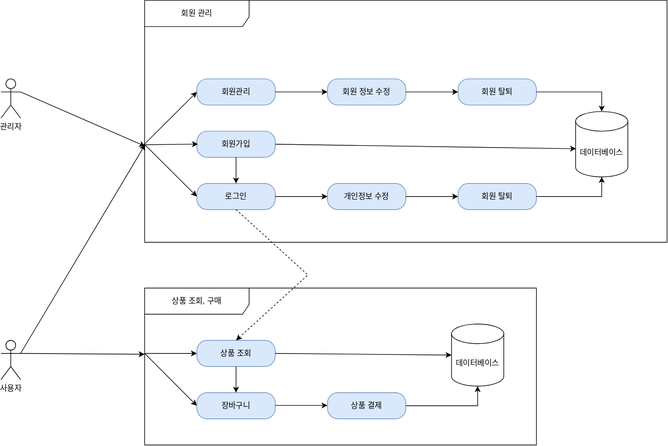
changyeonPark/ModernifSpring keeps this draw.io diagram as modernif_usecase.svg. Above is the earlier version. Source tidied: cells renumbered, new cells last; positions are measured from the earlier drawing's top-left corner, leaving out a move shared by most shapes.
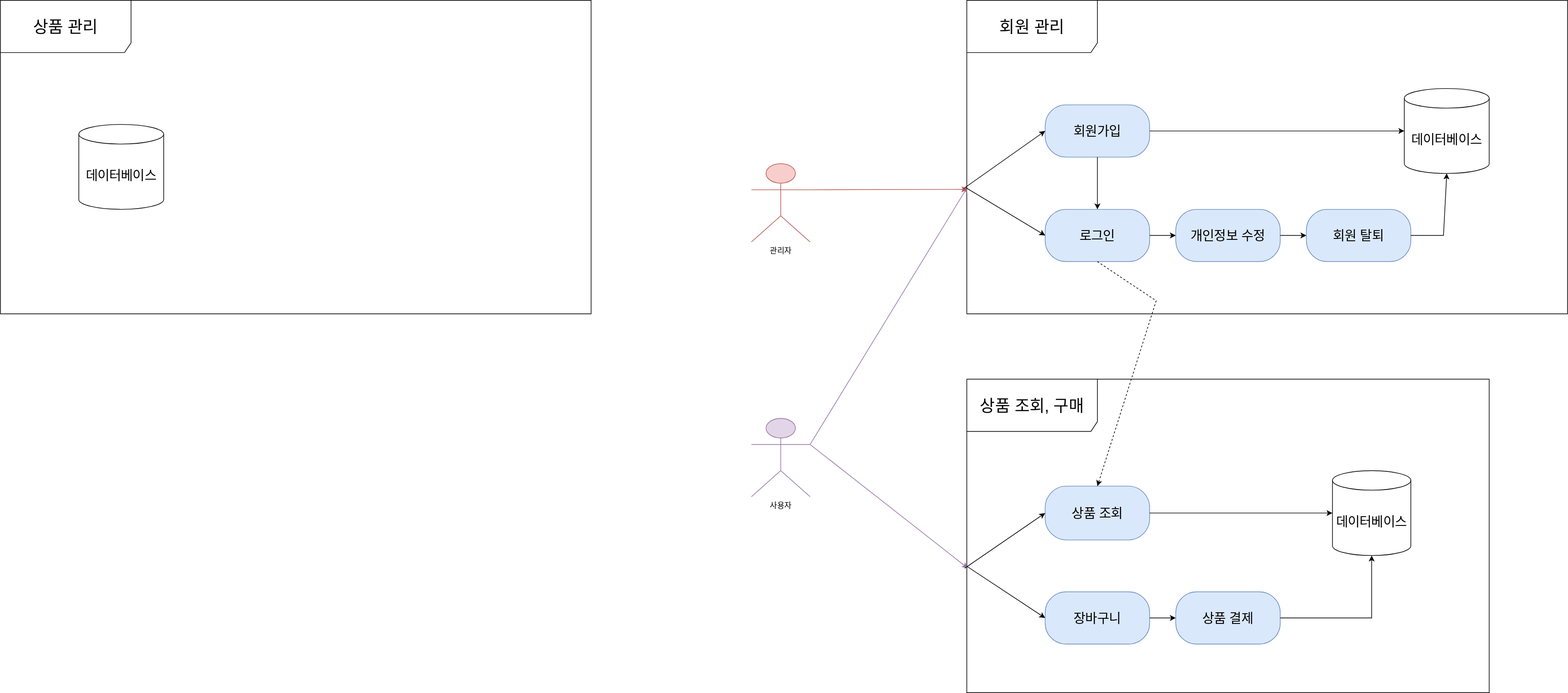
Later version of the same file.

Diff of the diagram source:
```diff
@@ -2,141 +2,110 @@
   <root>
     <mxCell id="0" />
     <mxCell id="1" parent="0" />
-    <mxCell id="2" value="사용자" style="shape=umlActor;verticalLabelPosition=bottom;verticalAlign=top;html=1;" parent="1" vertex="1">
-      <mxGeometry y="520" width="30" height="60" as="geometry" />
+    <mxCell id="2" value="사용자" style="shape=umlActor;verticalLabelPosition=bottom;verticalAlign=top;html=1;fillColor=#e1d5e7;strokeColor=#9673a6;" parent="1" vertex="1">
+      <mxGeometry x="-110" y="640" width="90" height="120" as="geometry" />
     </mxCell>
-    <mxCell id="3" value="회원 관리" style="shape=umlFrame;whiteSpace=wrap;html=1;width=160;height=40;" parent="1" vertex="1">
-      <mxGeometry x="220" width="800" height="370" as="geometry" />
+    <mxCell id="3" value="&lt;font style=&quot;font-size: 25px;&quot;&gt;회원 관리&lt;/font&gt;" style="shape=umlFrame;whiteSpace=wrap;html=1;width=200;height=80;" parent="1" vertex="1">
+      <mxGeometry x="220" width="920" height="480" as="geometry" />
     </mxCell>
-    <mxCell id="4" value="회원가입" style="rounded=1;whiteSpace=wrap;html=1;arcSize=40;fillColor=#dae8fc;strokeColor=#6c8ebf;" parent="1" vertex="1">
-      <mxGeometry x="300" y="200" width="120" height="40" as="geometry" />
+    <mxCell id="4" value="&lt;font style=&quot;font-size: 20px;&quot;&gt;회원가입&lt;/font&gt;" style="rounded=1;whiteSpace=wrap;html=1;arcSize=40;fillColor=#dae8fc;strokeColor=#6c8ebf;" parent="1" vertex="1">
+      <mxGeometry x="340" y="160" width="160" height="80" as="geometry" />
     </mxCell>
-    <mxCell id="5" value="로그인" style="rounded=1;whiteSpace=wrap;html=1;arcSize=40;fillColor=#dae8fc;strokeColor=#6c8ebf;" parent="1" vertex="1">
-      <mxGeometry x="300" y="280" width="120" height="40" as="geometry" />
+    <mxCell id="5" value="로그인" style="rounded=1;whiteSpace=wrap;html=1;arcSize=40;fillColor=#dae8fc;strokeColor=#6c8ebf;fontSize=20;" parent="1" vertex="1">
+      <mxGeometry x="340" y="320" width="160" height="80" as="geometry" />
     </mxCell>
-    <mxCell id="6" value="개인정보 수정" style="rounded=1;whiteSpace=wrap;html=1;arcSize=40;fillColor=#dae8fc;strokeColor=#6c8ebf;" parent="1" vertex="1">
-      <mxGeometry x="500" y="280" width="120" height="40" as="geometry" />
+    <mxCell id="6" value="개인정보 수정" style="rounded=1;whiteSpace=wrap;html=1;arcSize=40;fillColor=#dae8fc;strokeColor=#6c8ebf;fontSize=20;" parent="1" vertex="1">
+      <mxGeometry x="540" y="320" width="160" height="80" as="geometry" />
     </mxCell>
-    <mxCell id="7" value="회원 탈퇴" style="rounded=1;whiteSpace=wrap;html=1;arcSize=40;fillColor=#dae8fc;strokeColor=#6c8ebf;" parent="1" vertex="1">
-      <mxGeometry x="700" y="280" width="120" height="40" as="geometry" />
+    <mxCell id="7" value="회원 탈퇴" style="rounded=1;whiteSpace=wrap;html=1;arcSize=40;fillColor=#dae8fc;strokeColor=#6c8ebf;fontSize=20;" parent="1" vertex="1">
+      <mxGeometry x="740" y="320" width="160" height="80" as="geometry" />
     </mxCell>
-    <mxCell id="8" value="상품 조회" style="rounded=1;whiteSpace=wrap;html=1;arcSize=40;fillColor=#dae8fc;strokeColor=#6c8ebf;" parent="1" vertex="1">
-      <mxGeometry x="300" y="520" width="120" height="40" as="geometry" />
+    <mxCell id="8" value="상품 조회" style="rounded=1;whiteSpace=wrap;html=1;arcSize=40;fillColor=#dae8fc;strokeColor=#6c8ebf;fontSize=20;" parent="1" vertex="1">
+      <mxGeometry x="340" y="743.8" width="160" height="82.5" as="geometry" />
     </mxCell>
-    <mxCell id="9" value="장바구니" style="rounded=1;whiteSpace=wrap;html=1;arcSize=40;fillColor=#dae8fc;strokeColor=#6c8ebf;" parent="1" vertex="1">
-      <mxGeometry x="300" y="600" width="120" height="40" as="geometry" />
+    <mxCell id="9" value="장바구니" style="rounded=1;whiteSpace=wrap;html=1;arcSize=40;fillColor=#dae8fc;strokeColor=#6c8ebf;fontSize=20;" parent="1" vertex="1">
+      <mxGeometry x="340" y="905.6" width="160" height="80" as="geometry" />
     </mxCell>
-    <mxCell id="10" value="상품 결제" style="rounded=1;whiteSpace=wrap;html=1;arcSize=40;fillColor=#dae8fc;strokeColor=#6c8ebf;" parent="1" vertex="1">
-      <mxGeometry x="500" y="600" width="120" height="40" as="geometry" />
+    <mxCell id="10" value="상품 결제" style="rounded=1;whiteSpace=wrap;html=1;arcSize=40;fillColor=#dae8fc;strokeColor=#6c8ebf;fontSize=20;" parent="1" vertex="1">
+      <mxGeometry x="540" y="905.6" width="160" height="80" as="geometry" />
     </mxCell>
-    <mxCell id="11" value="상품 조회, 구매" style="shape=umlFrame;whiteSpace=wrap;html=1;width=160;height=40;" parent="1" vertex="1">
-      <mxGeometry x="220" y="440" width="600" height="240" as="geometry" />
+    <mxCell id="11" value="&lt;font style=&quot;font-size: 25px;&quot;&gt;상품 조회, 구매&lt;/font&gt;" style="shape=umlFrame;whiteSpace=wrap;html=1;width=200;height=80;" parent="1" vertex="1">
+      <mxGeometry x="220" y="580" width="800" height="480" as="geometry" />
     </mxCell>
-    <mxCell id="12" value="데이터베이스" style="shape=cylinder3;whiteSpace=wrap;html=1;boundedLbl=1;backgroundOutline=1;size=15;" parent="1" vertex="1">
-      <mxGeometry x="880" y="170" width="80" height="100" as="geometry" />
+    <mxCell id="12" value="데이터베이스" style="shape=cylinder3;whiteSpace=wrap;html=1;boundedLbl=1;backgroundOutline=1;size=15;fontSize=20;" parent="1" vertex="1">
+      <mxGeometry x="890" y="135" width="130" height="130" as="geometry" />
     </mxCell>
-    <mxCell id="13" style="endArrow=classic;html=1;rounded=0;exitX=1;exitY=0.3333333333333333;exitDx=0;exitDy=0;exitPerimeter=0;entryX=0.001;entryY=0.596;entryDx=0;entryDy=0;entryPerimeter=0;" parent="1" edge="1" source="2" target="3">
+    <mxCell id="13" style="endArrow=classic;html=1;rounded=0;exitX=1;exitY=0.3333333333333333;exitDx=0;exitDy=0;exitPerimeter=0;entryX=0.001;entryY=0.596;entryDx=0;entryDy=0;entryPerimeter=0;fillColor=#e1d5e7;strokeColor=#9673a6;" parent="1" edge="1" source="2" target="3">
       <mxGeometry relative="1" as="geometry" />
     </mxCell>
     <mxCell id="14" style="endArrow=classic;html=1;rounded=0;exitX=0.5;exitY=1;exitDx=0;exitDy=0;" parent="1" edge="1" source="4" target="5">
       <mxGeometry relative="1" as="geometry" />
     </mxCell>
-    <mxCell id="15" style="endArrow=classic;html=1;rounded=0;entryX=0;entryY=0.5;entryDx=0;entryDy=0;exitX=-0.002;exitY=0.597;exitDx=0;exitDy=0;exitPerimeter=0;" parent="1" edge="1" source="3">
-      <mxGeometry relative="1" as="geometry">
-        <mxPoint x="301.6" y="219.8" as="targetPoint" />
-      </mxGeometry>
+    <mxCell id="15" style="endArrow=classic;html=1;rounded=0;entryX=0;entryY=0.5;entryDx=0;entryDy=0;exitX=-0.002;exitY=0.597;exitDx=0;exitDy=0;exitPerimeter=0;fillColor=#e1d5e7;strokeColor=#000000;" parent="1" edge="1" source="3" target="5">
+      <mxGeometry relative="1" as="geometry" />
     </mxCell>
-    <mxCell id="16" style="endArrow=classic;html=1;rounded=0;entryX=0;entryY=0.5;entryDx=0;entryDy=0;exitX=0.001;exitY=0.598;exitDx=0;exitDy=0;exitPerimeter=0;" parent="1" edge="1" source="3" target="5">
-      <mxGeometry relative="1" as="geometry" />
-    </mxCell>
     <mxCell id="17" style="endArrow=classic;html=1;rounded=0;exitX=1;exitY=0.5;exitDx=0;exitDy=0;entryX=0;entryY=0.5;entryDx=0;entryDy=0;" parent="1" edge="1" source="5" target="6">
       <mxGeometry relative="1" as="geometry" />
     </mxCell>
     <mxCell id="18" style="endArrow=classic;html=1;rounded=0;exitX=1;exitY=0.5;exitDx=0;exitDy=0;entryX=0;entryY=0.5;entryDx=0;entryDy=0;" parent="1" edge="1" source="6" target="7">
       <mxGeometry relative="1" as="geometry" />
     </mxCell>
-    <mxCell id="19" style="endArrow=classic;html=1;rounded=0;exitX=1;exitY=0.5;exitDx=0;exitDy=0;entryX=0.008;entryY=0.569;entryDx=0;entryDy=0;entryPerimeter=0;" parent="1" edge="1" source="4" target="12">
+    <mxCell id="19" style="endArrow=classic;html=1;rounded=0;exitX=1;exitY=0.5;exitDx=0;exitDy=0;entryX=0;entryY=0.5;entryDx=0;entryDy=0;entryPerimeter=0;" parent="1" edge="1" source="4" target="12">
       <mxGeometry relative="1" as="geometry" />
     </mxCell>
     <mxCell id="20" style="endArrow=classic;html=1;rounded=0;entryX=0.5;entryY=1;entryDx=0;entryDy=0;entryPerimeter=0;exitX=1;exitY=0.5;exitDx=0;exitDy=0;" parent="1" edge="1" source="7" target="12">
       <mxGeometry relative="1" as="geometry">
         <Array as="points">
-          <mxPoint x="920" y="300" />
+          <mxPoint x="950" y="360" />
         </Array>
       </mxGeometry>
     </mxCell>
-    <mxCell id="21" value="데이터베이스" style="shape=cylinder3;whiteSpace=wrap;html=1;boundedLbl=1;backgroundOutline=1;size=15;" parent="1" vertex="1">
-      <mxGeometry x="690" y="495" width="80" height="95" as="geometry" />
+    <mxCell id="21" value="데이터베이스" style="shape=cylinder3;whiteSpace=wrap;html=1;boundedLbl=1;backgroundOutline=1;size=15;fontSize=20;" parent="1" vertex="1">
+      <mxGeometry x="780" y="720" width="120" height="130" as="geometry" />
     </mxCell>
-    <mxCell id="22" style="endArrow=classic;html=1;rounded=0;exitX=1;exitY=0.3333333333333333;exitDx=0;exitDy=0;exitPerimeter=0;entryX=0;entryY=0.422;entryDx=0;entryDy=0;entryPerimeter=0;" parent="1" edge="1" source="2" target="11">
+    <mxCell id="22" style="endArrow=classic;html=1;rounded=0;exitX=1;exitY=0.3333333333333333;exitDx=0;exitDy=0;exitPerimeter=0;entryX=0.002;entryY=0.603;entryDx=0;entryDy=0;entryPerimeter=0;fillColor=#e1d5e7;strokeColor=#9673a6;" parent="1" edge="1" source="2" target="11">
       <mxGeometry relative="1" as="geometry" />
     </mxCell>
-    <mxCell id="23" style="endArrow=classic;html=1;rounded=0;entryX=0;entryY=0.5;entryDx=0;entryDy=0;" parent="1" edge="1" target="8">
-      <mxGeometry relative="1" as="geometry">
-        <mxPoint x="220" y="540" as="sourcePoint" />
-      </mxGeometry>
+    <mxCell id="23" style="endArrow=classic;html=1;rounded=0;entryX=0;entryY=0.5;entryDx=0;entryDy=0;exitX=-0.004;exitY=0.603;exitDx=0;exitDy=0;exitPerimeter=0;" parent="1" edge="1" source="11" target="8">
+      <mxGeometry relative="1" as="geometry" />
     </mxCell>
-    <mxCell id="24" style="endArrow=classic;html=1;rounded=0;entryX=0;entryY=0.5;entryDx=0;entryDy=0;" parent="1" edge="1" target="9">
-      <mxGeometry relative="1" as="geometry">
-        <mxPoint x="220" y="540" as="sourcePoint" />
-      </mxGeometry>
+    <mxCell id="24" style="endArrow=classic;html=1;rounded=0;entryX=0;entryY=0.5;entryDx=0;entryDy=0;exitX=0.001;exitY=0.598;exitDx=0;exitDy=0;exitPerimeter=0;" parent="1" edge="1" source="11" target="9">
+      <mxGeometry relative="1" as="geometry" />
     </mxCell>
-    <mxCell id="25" style="endArrow=classic;html=1;rounded=0;exitX=1;exitY=0.5;exitDx=0;exitDy=0;entryX=0;entryY=0.5;entryDx=0;entryDy=0;" parent="1" edge="1">
-      <mxGeometry relative="1" as="geometry">
-        <mxPoint x="420" y="619.6" as="sourcePoint" />
-        <mxPoint x="500" y="619.6" as="targetPoint" />
-      </mxGeometry>
-    </mxCell>
     <mxCell id="26" style="endArrow=classic;html=1;rounded=0;exitX=1;exitY=0.5;exitDx=0;exitDy=0;entryX=0;entryY=0.5;entryDx=0;entryDy=0;entryPerimeter=0;" parent="1" edge="1" source="8" target="21">
       <mxGeometry relative="1" as="geometry" />
     </mxCell>
-    <mxCell id="27" style="endArrow=classic;html=1;rounded=0;exitX=1;exitY=0.5;exitDx=0;exitDy=0;entryX=0.5;entryY=1;entryDx=0;entryDy=0;entryPerimeter=0;" parent="1" edge="1" source="10" target="21">
-      <mxGeometry relative="1" as="geometry">
-        <Array as="points">
-          <mxPoint x="730" y="620" />
-        </Array>
-      </mxGeometry>
-    </mxCell>
     <mxCell id="28" style="endArrow=classic;html=1;rounded=0;exitX=0.5;exitY=1;exitDx=0;exitDy=0;entryX=0.5;entryY=0;entryDx=0;entryDy=0;dashed=1;" parent="1" edge="1" source="5" target="8">
       <mxGeometry relative="1" as="geometry">
         <Array as="points">
-          <mxPoint x="470" y="420" />
+          <mxPoint x="510" y="460" />
         </Array>
       </mxGeometry>
     </mxCell>
-    <mxCell id="29" style="endArrow=classic;html=1;rounded=0;exitX=0.5;exitY=1;exitDx=0;exitDy=0;entryX=0.5;entryY=0;entryDx=0;entryDy=0;" parent="1" edge="1" source="8" target="9">
+    <mxCell id="29" style="endArrow=classic;html=1;rounded=0;exitX=1;exitY=0.5;exitDx=0;exitDy=0;entryX=0;entryY=0.5;entryDx=0;entryDy=0;" parent="1" edge="1" source="9" target="10">
       <mxGeometry relative="1" as="geometry" />
     </mxCell>
-    <mxCell id="30" value="회원관리" style="rounded=1;whiteSpace=wrap;html=1;arcSize=40;fillColor=#dae8fc;strokeColor=#6c8ebf;" parent="1" vertex="1">
-      <mxGeometry x="300" y="120" width="120" height="40" as="geometry" />
-    </mxCell>
-    <mxCell id="31" value="회원 정보 수정" style="rounded=1;whiteSpace=wrap;html=1;arcSize=40;fillColor=#dae8fc;strokeColor=#6c8ebf;" parent="1" vertex="1">
-      <mxGeometry x="500" y="120" width="120" height="40" as="geometry" />
-    </mxCell>
-    <mxCell id="32" value="회원 탈퇴" style="rounded=1;whiteSpace=wrap;html=1;arcSize=40;fillColor=#dae8fc;strokeColor=#6c8ebf;" parent="1" vertex="1">
-      <mxGeometry x="700" y="120" width="120" height="40" as="geometry" />
-    </mxCell>
-    <mxCell id="33" style="endArrow=classic;html=1;rounded=0;exitX=1;exitY=0.5;exitDx=0;exitDy=0;entryX=0;entryY=0.5;entryDx=0;entryDy=0;" parent="1" edge="1" source="30" target="31">
-      <mxGeometry relative="1" as="geometry" />
-    </mxCell>
-    <mxCell id="34" style="endArrow=classic;html=1;rounded=0;exitX=1;exitY=0.5;exitDx=0;exitDy=0;entryX=0;entryY=0.5;entryDx=0;entryDy=0;" parent="1" edge="1" source="31" target="32">
-      <mxGeometry relative="1" as="geometry" />
-    </mxCell>
-    <mxCell id="35" value="관리자" style="shape=umlActor;verticalLabelPosition=bottom;verticalAlign=top;html=1;outlineConnect=0;" parent="1" vertex="1">
-      <mxGeometry y="120" width="30" height="60" as="geometry" />
+    <mxCell id="35" value="관리자" style="shape=umlActor;verticalLabelPosition=bottom;verticalAlign=top;html=1;outlineConnect=0;fillColor=#f8cecc;strokeColor=#b85450;" parent="1" vertex="1">
+      <mxGeometry x="-110" y="250" width="90" height="120" as="geometry" />
     </mxCell>
-    <mxCell id="36" style="endArrow=classic;html=1;rounded=0;exitX=1;exitY=0.3333333333333333;exitDx=0;exitDy=0;exitPerimeter=0;entryX=0.001;entryY=0.603;entryDx=0;entryDy=0;entryPerimeter=0;" parent="1" edge="1" source="35" target="3">
+    <mxCell id="36" style="endArrow=classic;html=1;rounded=0;exitX=1;exitY=0.3333333333333333;exitDx=0;exitDy=0;exitPerimeter=0;entryX=0.001;entryY=0.603;entryDx=0;entryDy=0;entryPerimeter=0;fillColor=#f8cecc;strokeColor=#b85450;" parent="1" edge="1" source="35" target="3">
       <mxGeometry relative="1" as="geometry" />
     </mxCell>
-    <mxCell id="37" style="endArrow=classic;html=1;rounded=0;exitX=-0.003;exitY=0.6;exitDx=0;exitDy=0;exitPerimeter=0;entryX=0;entryY=0.5;entryDx=0;entryDy=0;" parent="1" edge="1" source="3" target="30">
-      <mxGeometry relative="1" as="geometry" />
-    </mxCell>
-    <mxCell id="38" style="endArrow=classic;html=1;rounded=0;exitX=1;exitY=0.5;exitDx=0;exitDy=0;entryX=0.5;entryY=0;entryDx=0;entryDy=0;entryPerimeter=0;" parent="1" edge="1" source="32" target="12">
-      <mxGeometry relative="1" as="geometry">
-        <Array as="points">
-          <mxPoint x="920" y="140" />
-        </Array>
-      </mxGeometry>
-    </mxCell>
+    <mxCell id="39" style="endArrow=classic;html=1;rounded=0;exitX=-0.005;exitY=0.6;exitDx=0;exitDy=0;exitPerimeter=0;entryX=0;entryY=0.5;entryDx=0;entryDy=0;" parent="1" edge="1" source="3" target="4">
+      <mxGeometry relative="1" as="geometry" />
+    </mxCell>
+    <mxCell id="27" style="endArrow=classic;html=1;rounded=0;exitX=1;exitY=0.5;exitDx=0;exitDy=0;entryX=0.5;entryY=1;entryDx=0;entryDy=0;entryPerimeter=0;" parent="1" edge="1" source="10" target="21">
+      <mxGeometry relative="1" as="geometry">
+        <Array as="points">
+          <mxPoint x="840" y="945.6" />
+        </Array>
+      </mxGeometry>
+    </mxCell>
+    <mxCell id="40" value="&lt;span style=&quot;font-size: 25px;&quot;&gt;상품 관리&lt;/span&gt;" style="shape=umlFrame;whiteSpace=wrap;html=1;width=200;height=80;" parent="1" vertex="1">
+      <mxGeometry x="-1260" width="904.6" height="480" as="geometry" />
+    </mxCell>
+    <mxCell id="41" value="데이터베이스" style="shape=cylinder3;whiteSpace=wrap;html=1;boundedLbl=1;backgroundOutline=1;size=15;fontSize=20;" parent="1" vertex="1">
+      <mxGeometry x="-1140" y="190" width="130" height="130" as="geometry" />
+    </mxCell>
   </root>
 </mxGraphModel>
```
